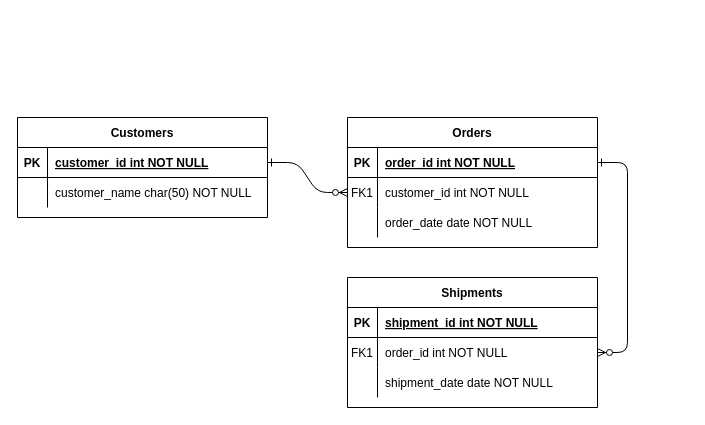
itbj/2017-images keeps this draw.io diagram as Untitled Diagram.drawio. Above is the earlier version. Source tidied: cells renumbered, new cells numbered last; positions are measured from the earlier drawing's top-left corner, leaving out a move shared by most shapes. Both pictures are drawn from the tidied source at 100%, with x=0, y=0 at pixel (17, 117).
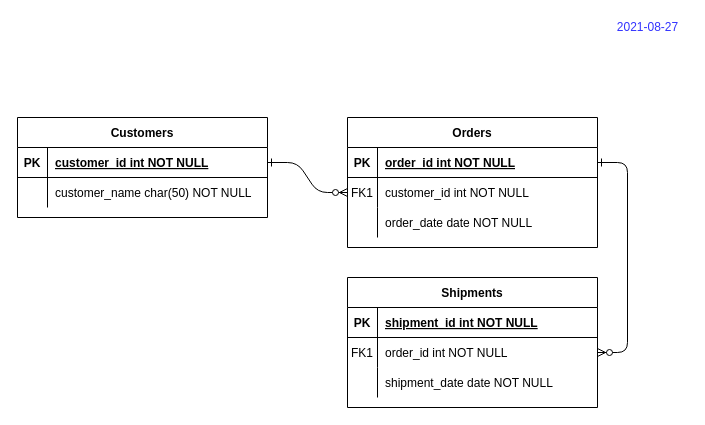
The same page after the edit.

The edit, as a diff of the source:
```diff
@@
+    <mxCell id="31" value="&lt;font color=&quot;#3333ff&quot;&gt;2021-08-27&lt;/font&gt;" style="text;html=1;align=center;verticalAlign=middle;fillColor=none;strokeColor=none;rounded=0;" parent="1" vertex="1">
+      <mxGeometry x="590" y="-100" width="80" height="20" as="geometry" />
+    </mxCell>
```
